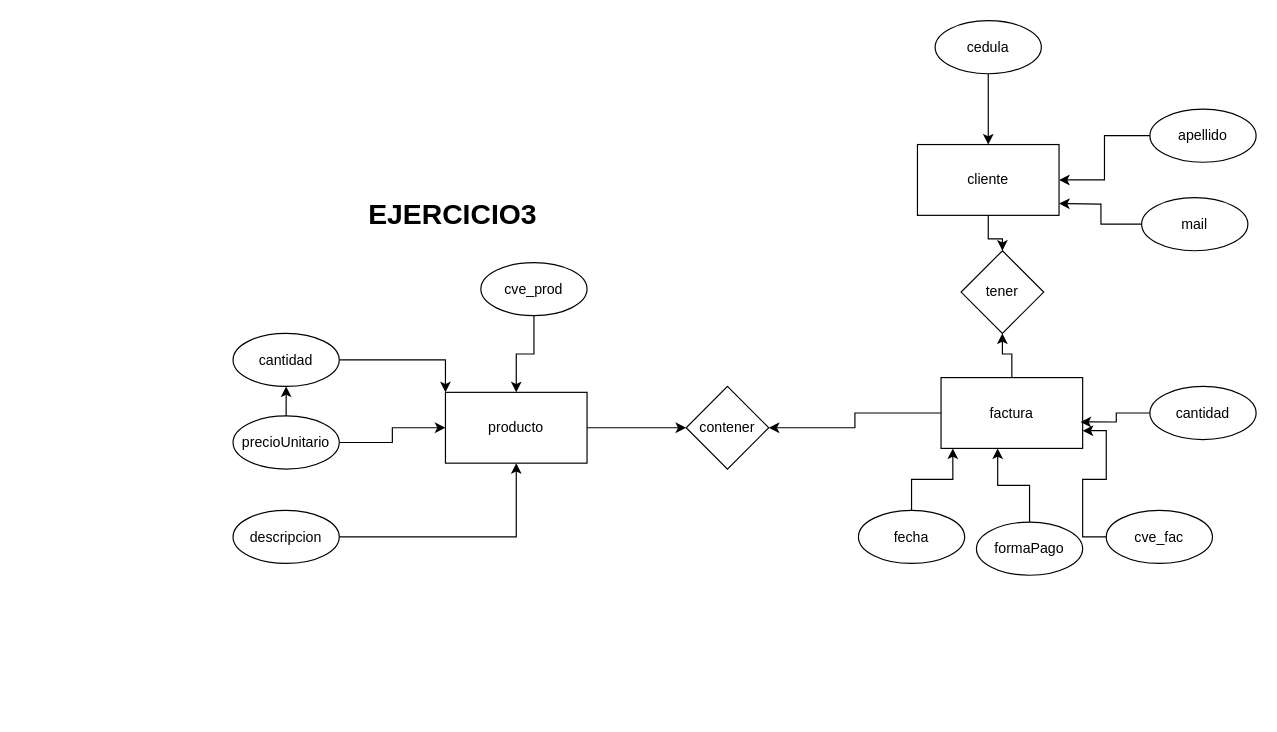
This is ejercicio3.drawio from sofiaGibHub/baseDatos, a draw.io file, before an edit. Source tidied: cells renumbered, new cells numbered last; positions are measured from the earlier drawing's top-left corner, leaving out a move shared by most shapes. Both pictures are drawn from the tidied source at 118%, with x=0, y=0 at pixel (232, 20).
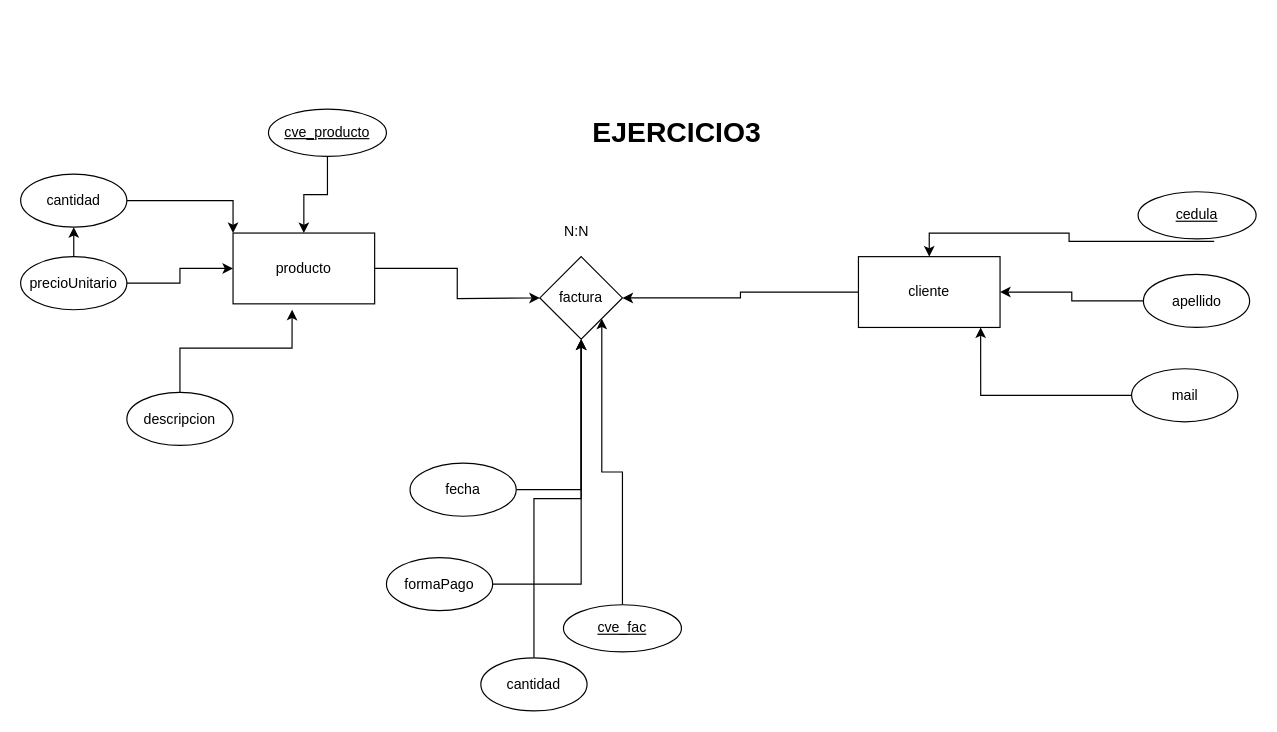
The same page after the edit.

Diff of the diagram source:
```diff
@@
-    <mxCell id="2" style="edgeStyle=orthogonalEdgeStyle;rounded=0;jettySize=auto;html=1;" parent="1" edge="1" source="3" target="33">
-      <mxGeometry relative="1" as="geometry" />
+    <mxCell id="2" style="edgeStyle=orthogonalEdgeStyle;rounded=0;jettySize=auto;html=1;" parent="1" edge="1" source="3">
+      <mxGeometry relative="1" as="geometry">
+        <mxPoint x="260" y="235" as="targetPoint" />
+      </mxGeometry>
     </mxCell>
     <mxCell id="3" value="producto" style="rounded=0;whiteSpace=wrap;html=1;" parent="1" vertex="1">
-      <mxGeometry x="180" y="315" width="120" height="60" as="geometry" />
+      <mxGeometry y="180" width="120" height="60" as="geometry" />
     </mxCell>
-    <mxCell id="4" style="edgeStyle=orthogonalEdgeStyle;rounded=0;jettySize=auto;html=1;" parent="1" edge="1" source="5" target="3">
-      <mxGeometry relative="1" as="geometry" />
-    </mxCell>
-    <mxCell id="5" value="cve_prod" style="ellipse;whiteSpace=wrap;html=1;" parent="1" vertex="1">
-      <mxGeometry x="210" y="205" width="90" height="45" as="geometry" />
-    </mxCell>
-    <mxCell id="6" style="edgeStyle=orthogonalEdgeStyle;rounded=0;jettySize=auto;html=1;" parent="1" edge="1" source="7" target="3">
+    <mxCell id="6" style="edgeStyle=orthogonalEdgeStyle;rounded=0;jettySize=auto;html=1;entryX=0.417;entryY=1.083;entryDx=0;entryDy=0;entryPerimeter=0;" parent="1" edge="1" source="7" target="3">
       <mxGeometry relative="1" as="geometry" />
     </mxCell>
     <mxCell id="7" value="descripcion" style="ellipse;whiteSpace=wrap;html=1;" parent="1" vertex="1">
-      <mxGeometry y="415" width="90" height="45" as="geometry" />
+      <mxGeometry x="-90" y="315" width="90" height="45" as="geometry" />
     </mxCell>
@@
     <mxCell id="9" value="cantidad" style="ellipse;whiteSpace=wrap;html=1;" parent="1" vertex="1">
-      <mxGeometry y="265" width="90" height="45" as="geometry" />
+      <mxGeometry x="-180" y="130" width="90" height="45" as="geometry" />
     </mxCell>
@@
     <mxCell id="12" value="precioUnitario" style="ellipse;whiteSpace=wrap;html=1;" parent="1" vertex="1">
-      <mxGeometry y="335" width="90" height="45" as="geometry" />
+      <mxGeometry x="-180" y="200" width="90" height="45" as="geometry" />
     </mxCell>
-    <mxCell id="13" style="edgeStyle=orthogonalEdgeStyle;rounded=0;jettySize=auto;html=1;entryX=0.5;entryY=0;entryDx=0;entryDy=0;" parent="1" edge="1" source="14" target="32">
+    <mxCell id="13" style="edgeStyle=orthogonalEdgeStyle;rounded=0;jettySize=auto;html=1;entryX=1;entryY=0.5;entryDx=0;entryDy=0;" parent="1" edge="1" source="14" target="32">
       <mxGeometry relative="1" as="geometry" />
     </mxCell>
     <mxCell id="14" value="cliente" style="rounded=0;whiteSpace=wrap;html=1;" parent="1" vertex="1">
-      <mxGeometry x="580" y="105" width="120" height="60" as="geometry" />
+      <mxGeometry x="530" y="200" width="120" height="60" as="geometry" />
     </mxCell>
-    <mxCell id="15" style="edgeStyle=orthogonalEdgeStyle;rounded=0;jettySize=auto;html=1;" parent="1" edge="1" source="16" target="14">
+    <mxCell id="15" style="edgeStyle=orthogonalEdgeStyle;rounded=0;jettySize=auto;html=1;exitX=0.645;exitY=1.05;exitDx=0;exitDy=0;exitPerimeter=0;" parent="1" edge="1" source="16" target="14">
       <mxGeometry relative="1" as="geometry" />
     </mxCell>
-    <mxCell id="16" value="cedula" style="ellipse;whiteSpace=wrap;html=1;" parent="1" vertex="1">
-      <mxGeometry x="595" width="90" height="45" as="geometry" />
-    </mxCell>
@@
     <mxCell id="18" value="apellido" style="ellipse;whiteSpace=wrap;html=1;" parent="1" vertex="1">
-      <mxGeometry x="777" y="75" width="90" height="45" as="geometry" />
+      <mxGeometry x="771.5" y="215" width="90" height="45" as="geometry" />
     </mxCell>
-    <mxCell id="19" style="edgeStyle=orthogonalEdgeStyle;rounded=0;jettySize=auto;html=1;" parent="1" edge="1" source="20">
-      <mxGeometry relative="1" as="geometry">
-        <mxPoint x="700" y="155" as="targetPoint" />
-      </mxGeometry>
+    <mxCell id="19" style="edgeStyle=orthogonalEdgeStyle;rounded=0;jettySize=auto;html=1;entryX=0.863;entryY=1;entryDx=0;entryDy=0;entryPerimeter=0;" parent="1" edge="1" source="20" target="14">
+      <mxGeometry relative="1" as="geometry" />
     </mxCell>
     <mxCell id="20" value="mail" style="ellipse;whiteSpace=wrap;html=1;" parent="1" vertex="1">
-      <mxGeometry x="770" y="150" width="90" height="45" as="geometry" />
+      <mxGeometry x="761.5" y="295" width="90" height="45" as="geometry" />
     </mxCell>
-    <mxCell id="21" style="edgeStyle=orthogonalEdgeStyle;rounded=0;jettySize=auto;html=1;entryX=0.5;entryY=1;entryDx=0;entryDy=0;" parent="1" edge="1" source="23" target="32">
-      <mxGeometry relative="1" as="geometry" />
-    </mxCell>
-    <mxCell id="22" style="edgeStyle=orthogonalEdgeStyle;rounded=0;jettySize=auto;html=1;" parent="1" edge="1" source="23" target="33">
-      <mxGeometry relative="1" as="geometry" />
-    </mxCell>
-    <mxCell id="23" value="factura" style="rounded=0;whiteSpace=wrap;html=1;" parent="1" vertex="1">
-      <mxGeometry x="600" y="302.5" width="120" height="60" as="geometry" />
-    </mxCell>
-    <mxCell id="24" style="edgeStyle=orthogonalEdgeStyle;rounded=0;jettySize=auto;html=1;entryX=1;entryY=0.75;entryDx=0;entryDy=0;" parent="1" edge="1" source="25" target="23">
+    <mxCell id="24" style="edgeStyle=orthogonalEdgeStyle;rounded=0;jettySize=auto;html=1;entryX=1;entryY=1;entryDx=0;entryDy=0;" parent="1" edge="1" source="25" target="32">
       <mxGeometry relative="1" as="geometry" />
     </mxCell>
-    <mxCell id="25" value="cve_fac" style="ellipse;whiteSpace=wrap;html=1;" parent="1" vertex="1">
-      <mxGeometry x="740" y="415" width="90" height="45" as="geometry" />
-    </mxCell>
-    <mxCell id="26" style="edgeStyle=orthogonalEdgeStyle;rounded=0;jettySize=auto;html=1;entryX=0.083;entryY=1;entryDx=0;entryDy=0;entryPerimeter=0;" parent="1" edge="1" source="27" target="23">
+    <mxCell id="26" style="edgeStyle=orthogonalEdgeStyle;rounded=0;jettySize=auto;html=1;" parent="1" edge="1" source="27" target="32">
       <mxGeometry relative="1" as="geometry" />
     </mxCell>
     <mxCell id="27" value="fecha" style="ellipse;whiteSpace=wrap;html=1;" parent="1" vertex="1">
-      <mxGeometry x="530" y="415" width="90" height="45" as="geometry" />
+      <mxGeometry x="150" y="375" width="90" height="45" as="geometry" />
     </mxCell>
-    <mxCell id="28" style="edgeStyle=orthogonalEdgeStyle;rounded=0;jettySize=auto;html=1;entryX=0.4;entryY=1;entryDx=0;entryDy=0;entryPerimeter=0;" parent="1" edge="1" source="29" target="23">
+    <mxCell id="28" style="edgeStyle=orthogonalEdgeStyle;rounded=0;jettySize=auto;html=1;" parent="1" edge="1" source="29" target="32">
       <mxGeometry relative="1" as="geometry" />
     </mxCell>
     <mxCell id="29" value="formaPago" style="ellipse;whiteSpace=wrap;html=1;" parent="1" vertex="1">
-      <mxGeometry x="630" y="425" width="90" height="45" as="geometry" />
+      <mxGeometry x="130" y="455" width="90" height="45" as="geometry" />
     </mxCell>
-    <mxCell id="30" style="edgeStyle=orthogonalEdgeStyle;rounded=0;jettySize=auto;html=1;entryX=0.985;entryY=0.626;entryDx=0;entryDy=0;entryPerimeter=0;" parent="1" edge="1" source="31" target="23">
+    <mxCell id="30" style="edgeStyle=orthogonalEdgeStyle;rounded=0;jettySize=auto;html=1;" parent="1" edge="1" source="31" target="32">
       <mxGeometry relative="1" as="geometry" />
     </mxCell>
     <mxCell id="31" value="cantidad" style="ellipse;whiteSpace=wrap;html=1;" parent="1" vertex="1">
-      <mxGeometry x="777" y="310" width="90" height="45" as="geometry" />
+      <mxGeometry x="210" y="540" width="90" height="45" as="geometry" />
     </mxCell>
-    <mxCell id="32" value="tener" style="rhombus;whiteSpace=wrap;html=1;" parent="1" vertex="1">
-      <mxGeometry x="617" y="195" width="70" height="70" as="geometry" />
+    <mxCell id="32" value="factura" style="rhombus;whiteSpace=wrap;html=1;" parent="1" vertex="1">
+      <mxGeometry x="260" y="200" width="70" height="70" as="geometry" />
     </mxCell>
-    <mxCell id="33" value="contener" style="rhombus;whiteSpace=wrap;html=1;" parent="1" vertex="1">
-      <mxGeometry x="384" y="310" width="70" height="70" as="geometry" />
-    </mxCell>
     <mxCell id="34" value="&lt;h1&gt;EJERCICIO3&lt;/h1&gt;" style="text;html=1;strokeColor=none;fillColor=none;spacing=5;spacingTop=-20;whiteSpace=wrap;overflow=hidden;rounded=0;" parent="1" vertex="1">
-      <mxGeometry x="110" y="145" width="190" height="120" as="geometry" />
+      <mxGeometry x="300" y="75" width="190" height="120" as="geometry" />
     </mxCell>
+    <mxCell id="16" value="cedula" style="ellipse;whiteSpace=wrap;html=1;align=center;fontStyle=4;" parent="1" vertex="1">
+      <mxGeometry x="767" y="145" width="100" height="40" as="geometry" />
+    </mxCell>
+    <mxCell id="25" value="cve_fac" style="ellipse;whiteSpace=wrap;html=1;align=center;fontStyle=4;" parent="1" vertex="1">
+      <mxGeometry x="280" y="495" width="100" height="40" as="geometry" />
+    </mxCell>
+    <mxCell id="35" style="edgeStyle=orthogonalEdgeStyle;rounded=0;jettySize=auto;html=1;" parent="1" edge="1" source="36" target="3">
+      <mxGeometry relative="1" as="geometry" />
+    </mxCell>
+    <mxCell id="36" value="cve_producto" style="ellipse;whiteSpace=wrap;html=1;align=center;fontStyle=4;" parent="1" vertex="1">
+      <mxGeometry x="30" y="75" width="100" height="40" as="geometry" />
+    </mxCell>
+    <mxCell id="37" value="N:N" style="text;strokeColor=none;fillColor=none;spacingLeft=4;spacingRight=4;overflow=hidden;fontSize=12;whiteSpace=wrap;html=1;" parent="1" vertex="1">
+      <mxGeometry x="275" y="165" width="40" height="30" as="geometry" />
+    </mxCell>
```
